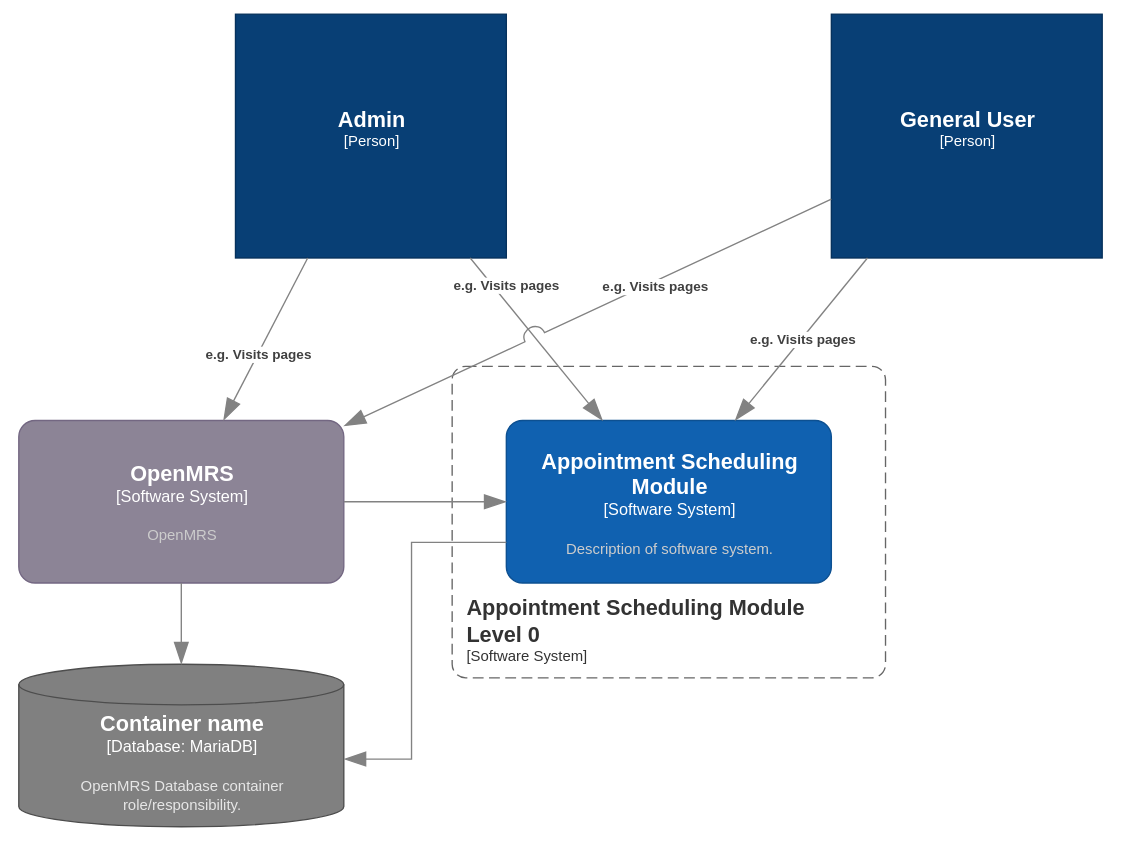
Earlier version of the draw.io export content/100 Diagrams/c4 niveau 0.svg (Avans-2-4/Documentatie-Avans-2-4). Source tidied: cells renumbered, new cells last; positions are measured from the earlier drawing's top-left corner, leaving out a move shared by most shapes.
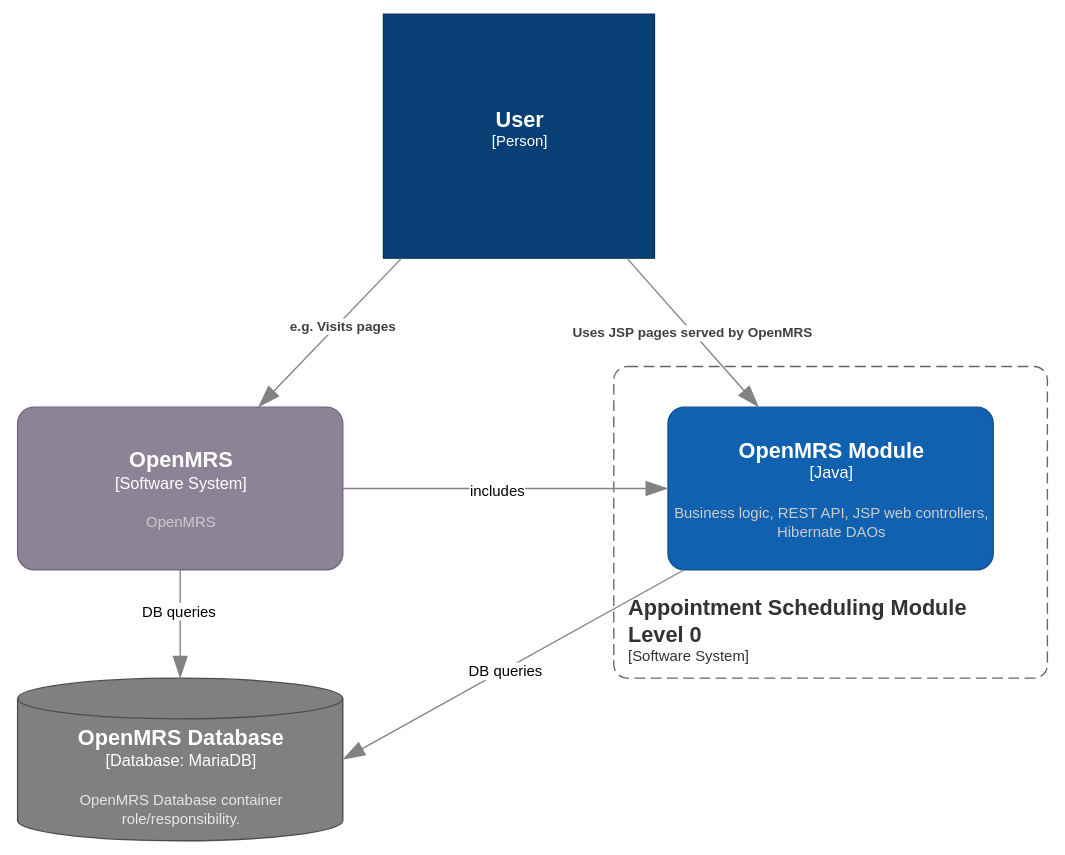
Above is the later version.

Change to the diagram source:
```diff
@@ -2,75 +2,64 @@
   <root>
     <mxCell id="0" />
     <mxCell id="1" parent="0" />
-    <object id="2" label="&lt;font style=&quot;font-size: 16px&quot;&gt;&lt;b&gt;%c4Name%&lt;/b&gt;&lt;/font&gt;&lt;div&gt;[%c4Type%]&lt;/div&gt;&lt;br&gt;&lt;div&gt;&lt;font style=&quot;font-size: 11px&quot;&gt;&lt;font color=&quot;#cccccc&quot;&gt;%c4Description%&lt;/font&gt;&lt;/div&gt;" c4Description="" c4Name="General User" c4Type="Person" placeholders="1">
-      <mxCell style="html=1;fontSize=11;dashed=0;whiteSpace=wrap;fillColor=#083F75;strokeColor=#06315C;fontColor=#ffffff;shape=mxgraph.c4.person2;align=center;points=[[0.5,0,0],[1,0.5,0],[1,0.75,0],[0.75,1,0],[0.5,1,0],[0.25,1,0],[0,0.75,0],[0,0.5,0]];" parent="1" vertex="1">
-        <mxGeometry x="600" width="200" height="180" as="geometry" />
-      </mxCell>
-    </object>
-    <object id="3" label="&lt;font style=&quot;font-size: 16px&quot;&gt;&lt;b&gt;%c4Name%&lt;/b&gt;&lt;/font&gt;&lt;div&gt;[%c4Type%]&lt;/div&gt;&lt;br&gt;&lt;div&gt;&lt;font style=&quot;font-size: 11px&quot;&gt;&lt;font color=&quot;#cccccc&quot;&gt;%c4Description%&lt;/font&gt;&lt;/div&gt;" c4Description="" c4Name="Admin" c4Type="Person" placeholders="1">
-      <mxCell style="html=1;fontSize=11;dashed=0;whiteSpace=wrap;fillColor=#083F75;strokeColor=#06315C;fontColor=#ffffff;shape=mxgraph.c4.person2;align=center;points=[[0.5,0,0],[1,0.5,0],[1,0.75,0],[0.75,1,0],[0.5,1,0],[0.25,1,0],[0,0.75,0],[0,0.5,0]];" parent="1" vertex="1">
-        <mxGeometry x="160" width="200" height="180" as="geometry" />
-      </mxCell>
-    </object>
     <object id="4" label="&lt;font style=&quot;font-size: 16px&quot;&gt;&lt;b&gt;&lt;div style=&quot;text-align: left&quot;&gt;%c4Name%&lt;/div&gt;&lt;/b&gt;&lt;/font&gt;&lt;div style=&quot;text-align: left&quot;&gt;[%c4Application%]&lt;/div&gt;" c4Application="Software System" c4Name="Appointment Scheduling Module&#10;Level 0" c4Type="SystemScopeBoundary" placeholders="1">
       <mxCell style="rounded=1;fontSize=11;whiteSpace=wrap;html=1;dashed=1;arcSize=20;fillColor=none;strokeColor=#666666;fontColor=#333333;labelBackgroundColor=none;align=left;verticalAlign=bottom;labelBorderColor=none;spacingTop=0;spacing=10;dashPattern=8 4;perimeter=rectanglePerimeter;noLabel=0;labelPadding=0;absoluteArcSize=1;" parent="1" vertex="1">
-        <mxGeometry x="320" y="260" width="320" height="230" as="geometry" />
+        <mxGeometry x="-120" y="140" width="320" height="230" as="geometry" />
       </mxCell>
     </object>
-    <object id="5" label="&lt;font style=&quot;font-size: 16px&quot;&gt;&lt;b&gt;%c4Name%&lt;/b&gt;&lt;/font&gt;&lt;div&gt;[%c4Type%]&lt;/div&gt;&lt;br&gt;&lt;div&gt;&lt;font style=&quot;font-size: 11px&quot;&gt;&lt;font color=&quot;#cccccc&quot;&gt;%c4Description%&lt;/font&gt;&lt;/div&gt;" c4Description="Description of software system." c4Name="Appointment Scheduling Module" c4Type="Software System" placeholders="1">
-      <mxCell style="rounded=1;whiteSpace=wrap;html=1;labelBackgroundColor=none;fillColor=#1061B0;fontColor=#ffffff;align=center;arcSize=10;strokeColor=#0D5091;points=[[0.25,0,0],[0.5,0,0],[0.75,0,0],[1,0.25,0],[1,0.5,0],[1,0.75,0],[0.75,1,0],[0.5,1,0],[0.25,1,0],[0,0.75,0],[0,0.5,0],[0,0.25,0]];" parent="1" vertex="1">
-        <mxGeometry x="360" y="300" width="240" height="120" as="geometry" />
-      </mxCell>
-    </object>
+    <object id="15" label="&lt;font style=&quot;font-size: 16px&quot;&gt;&lt;b&gt;%c4Name%&lt;/b&gt;&lt;/font&gt;&lt;div&gt;[%c4Type%]&lt;/div&gt;&lt;br&gt;&lt;div&gt;&lt;font style=&quot;font-size: 11px&quot;&gt;&lt;font color=&quot;#cccccc&quot;&gt;%c4Description%&lt;/font&gt;&lt;/div&gt;" c4Description="" c4Name="User" c4Type="Person" placeholders="1">
+      <mxCell style="html=1;fontSize=11;dashed=0;whiteSpace=wrap;fillColor=#083F75;strokeColor=#06315C;fontColor=#ffffff;shape=mxgraph.c4.person2;align=center;points=[[0.5,0,0],[1,0.5,0],[1,0.75,0],[0.75,1,0],[0.5,1,0],[0.25,1,0],[0,0.75,0],[0,0.5,0]];" parent="1" vertex="1">
+        <mxGeometry x="-290" y="-120" width="200" height="180" as="geometry" />
+      </mxCell>
+    </object>
     <object id="6" label="&lt;font style=&quot;font-size: 16px&quot;&gt;&lt;b&gt;%c4Name%&lt;/b&gt;&lt;/font&gt;&lt;div&gt;[%c4Type%]&lt;/div&gt;&lt;br&gt;&lt;div&gt;&lt;font style=&quot;font-size: 11px&quot;&gt;&lt;font color=&quot;#cccccc&quot;&gt;%c4Description%&lt;/font&gt;&lt;/div&gt;" c4Description="OpenMRS" c4Name="OpenMRS" c4Type="Software System" placeholders="1">
       <mxCell style="rounded=1;whiteSpace=wrap;html=1;labelBackgroundColor=none;fillColor=#8C8496;fontColor=#ffffff;align=center;arcSize=10;strokeColor=#736782;points=[[0.25,0,0],[0.5,0,0],[0.75,0,0],[1,0.25,0],[1,0.5,0],[1,0.75,0],[0.75,1,0],[0.5,1,0],[0.25,1,0],[0,0.75,0],[0,0.5,0],[0,0.25,0]];" parent="1" vertex="1">
-        <mxGeometry y="300" width="240" height="120" as="geometry" />
+        <mxGeometry x="-560" y="170" width="240" height="120" as="geometry" />
       </mxCell>
     </object>
-    <object id="7" label="&lt;font style=&quot;font-size: 16px&quot;&gt;&lt;b&gt;%c4Type%&lt;/b&gt;&lt;/font&gt;&lt;div&gt;[%c4Container%:&amp;nbsp;%c4Technology%]&lt;/div&gt;&lt;br&gt;&lt;div&gt;&lt;font style=&quot;font-size: 11px&quot;&gt;&lt;font color=&quot;#E6E6E6&quot;&gt;%c4Description%&lt;/font&gt;&lt;/div&gt;" c4Container="Database" c4Description="OpenMRS Database container role/responsibility." c4Technology="MariaDB" c4Type="Container name" placeholders="1">
+    <object id="7" label="&lt;font style=&quot;font-size: 16px&quot;&gt;&lt;b&gt;%c4Type%&lt;/b&gt;&lt;/font&gt;&lt;div&gt;[%c4Container%:&amp;nbsp;%c4Technology%]&lt;/div&gt;&lt;br&gt;&lt;div&gt;&lt;font style=&quot;font-size: 11px&quot;&gt;&lt;font color=&quot;#E6E6E6&quot;&gt;%c4Description%&lt;/font&gt;&lt;/div&gt;" c4Container="Database" c4Description="OpenMRS Database container role/responsibility." c4Technology="MariaDB" c4Type="OpenMRS Database" placeholders="1">
       <mxCell style="shape=cylinder3;size=15;whiteSpace=wrap;html=1;boundedLbl=1;rounded=0;labelBackgroundColor=none;fillColor=#808080;fontSize=12;fontColor=#ffffff;align=center;strokeColor=#4D4D4D;points=[[0.5,0,0],[1,0.25,0],[1,0.5,0],[1,0.75,0],[0.5,1,0],[0,0.75,0],[0,0.5,0],[0,0.25,0]];" parent="1" vertex="1">
-        <mxGeometry y="480" width="240" height="120" as="geometry" />
+        <mxGeometry x="-560" y="370" width="240" height="120" as="geometry" />
       </mxCell>
     </object>
+    <object id="5" label="&lt;font style=&quot;font-size: 16px&quot;&gt;&lt;b&gt;%c4Name%&lt;/b&gt;&lt;/font&gt;&lt;div&gt;[%c4Type%]&lt;/div&gt;&lt;br&gt;&lt;div&gt;&lt;font style=&quot;font-size: 11px&quot;&gt;&lt;font color=&quot;#cccccc&quot;&gt;%c4Description%&lt;/font&gt;&lt;/div&gt;" c4Description="Business logic, REST API, JSP web controllers, Hibernate DAOs" c4Name="OpenMRS Module" c4Type="Java" placeholders="1">
+      <mxCell style="rounded=1;whiteSpace=wrap;html=1;labelBackgroundColor=none;fillColor=#1061B0;fontColor=#ffffff;align=center;arcSize=10;strokeColor=#0D5091;points=[[0.25,0,0],[0.5,0,0],[0.75,0,0],[1,0.25,0],[1,0.5,0],[1,0.75,0],[0.75,1,0],[0.5,1,0],[0.25,1,0],[0,0.75,0],[0,0.5,0],[0,0.25,0]];" parent="1" vertex="1">
+        <mxGeometry x="-80" y="170" width="240" height="120" as="geometry" />
+      </mxCell>
+    </object>
     <object id="8" label="" c4Type="Relationship" placeholders="1">
-      <mxCell style="endArrow=blockThin;html=1;fontSize=10;fontColor=#404040;strokeWidth=1;endFill=1;strokeColor=#828282;elbow=vertical;endSize=14;startSize=14;jumpStyle=arc;jumpSize=16;rounded=0;edgeStyle=orthogonalEdgeStyle;" parent="1" edge="1" source="6" target="7">
+      <mxCell style="endArrow=blockThin;html=1;fontSize=10;fontColor=#404040;strokeWidth=1;endFill=1;strokeColor=#828282;elbow=vertical;endSize=14;startSize=14;jumpStyle=arc;jumpSize=16;rounded=0;edgeStyle=orthogonalEdgeStyle;startArrow=none;startFill=0;" parent="1" edge="1" source="6" target="7">
         <mxGeometry relative="1" as="geometry" />
       </mxCell>
     </object>
-    <object id="9" label="" c4Type="Relationship" placeholders="1">
-      <mxCell style="endArrow=blockThin;html=1;fontSize=10;fontColor=#404040;strokeWidth=1;endFill=1;strokeColor=#828282;elbow=vertical;endSize=14;startSize=14;jumpStyle=arc;jumpSize=16;rounded=0;edgeStyle=orthogonalEdgeStyle;" parent="1" edge="1" source="5" target="7">
-        <mxGeometry relative="1" as="geometry">
-          <Array as="points">
-            <mxPoint x="290" y="390" />
-            <mxPoint x="290" y="550" />
-          </Array>
-        </mxGeometry>
-      </mxCell>
-    </object>
-    <object id="10" label="" c4Type="Relationship" placeholders="1">
-      <mxCell style="endArrow=blockThin;html=1;fontSize=10;fontColor=#404040;strokeWidth=1;endFill=1;strokeColor=#828282;elbow=vertical;endSize=14;startSize=14;jumpStyle=arc;jumpSize=16;rounded=0;edgeStyle=orthogonalEdgeStyle;" parent="1" edge="1" source="6" target="5">
-        <mxGeometry relative="1" as="geometry" />
-      </mxCell>
-    </object>
-    <object id="11" label="&lt;div style=&quot;text-align: left&quot;&gt;&lt;div style=&quot;text-align: center&quot;&gt;&lt;b&gt;%c4Description%&lt;/b&gt;&lt;/div&gt;" c4Description="e.g. Visits pages" c4Type="Relationship" placeholders="1">
-      <mxCell style="endArrow=blockThin;html=1;fontSize=10;fontColor=#404040;strokeWidth=1;endFill=1;strokeColor=#828282;elbow=vertical;endSize=14;startSize=14;jumpStyle=arc;jumpSize=16;rounded=0;" parent="1" edge="1" source="3" target="6">
-        <mxGeometry x="0.17" relative="1" as="geometry" />
-      </mxCell>
-    </object>
-    <object id="12" label="&lt;div style=&quot;text-align: left&quot;&gt;&lt;div style=&quot;text-align: center&quot;&gt;&lt;b&gt;%c4Description%&lt;/b&gt;&lt;/div&gt;" c4Description="e.g. Visits pages" c4Type="Relationship" placeholders="1">
-      <mxCell style="endArrow=blockThin;html=1;fontSize=10;fontColor=#404040;strokeWidth=1;endFill=1;strokeColor=#828282;elbow=vertical;endSize=14;startSize=14;jumpStyle=arc;jumpSize=16;rounded=0;" parent="1" edge="1" source="3" target="5">
-        <mxGeometry x="-0.58" y="8" relative="1" as="geometry" />
-      </mxCell>
-    </object>
-    <object id="13" label="&lt;div style=&quot;text-align: left&quot;&gt;&lt;div style=&quot;text-align: center&quot;&gt;&lt;b&gt;%c4Description%&lt;/b&gt;&lt;/div&gt;" c4Description="e.g. Visits pages" c4Type="Relationship" placeholders="1">
-      <mxCell style="endArrow=blockThin;html=1;fontSize=10;fontColor=#404040;strokeWidth=1;endFill=1;strokeColor=#828282;elbow=vertical;endSize=14;startSize=14;jumpStyle=arc;jumpSize=16;rounded=0;" parent="1" edge="1" source="2" target="5">
-        <mxGeometry relative="1" as="geometry" />
-      </mxCell>
-    </object>
-    <object id="14" label="&lt;div style=&quot;text-align: left&quot;&gt;&lt;div style=&quot;text-align: center&quot;&gt;&lt;b&gt;%c4Description%&lt;/b&gt;&lt;/div&gt;" c4Description="e.g. Visits pages" c4Type="Relationship" placeholders="1">
-      <mxCell style="endArrow=blockThin;html=1;fontSize=10;fontColor=#404040;strokeWidth=1;endFill=1;strokeColor=#828282;elbow=vertical;endSize=14;startSize=14;jumpStyle=arc;jumpSize=16;rounded=0;" parent="1" edge="1" source="2" target="6">
-        <mxGeometry x="-0.27" y="3" relative="1" as="geometry" />
-      </mxCell>
-    </object>
+    <mxCell id="16" value="DB queries" style="edgeLabel;html=1;align=center;verticalAlign=middle;" parent="8" vertex="1">
+      <mxGeometry x="-0.25" y="-2" relative="1" as="geometry" />
+    </mxCell>
+    <object id="17" label="&lt;div style=&quot;text-align: left&quot;&gt;&lt;div style=&quot;text-align: center&quot;&gt;&lt;b&gt;%c4Description%&lt;/b&gt;&lt;/div&gt;" c4Description="e.g. Visits pages" c4Type="Relationship" placeholders="1">
+      <mxCell style="endArrow=blockThin;html=1;fontSize=10;fontColor=#404040;strokeWidth=1;endFill=1;strokeColor=#828282;elbow=vertical;endSize=14;startSize=14;jumpStyle=arc;jumpSize=16;rounded=0;" parent="1" edge="1" source="15" target="6">
+        <mxGeometry x="-0.13" y="3" relative="1" as="geometry" />
+      </mxCell>
+    </object>
+    <object id="18" label="&lt;div style=&quot;text-align: left&quot;&gt;&lt;div style=&quot;text-align: center&quot;&gt;&lt;b&gt;%c4Description%&lt;/b&gt;&lt;/div&gt;" c4Description="Uses JSP pages served by OpenMRS" c4Type="Relationship" placeholders="1">
+      <mxCell style="endArrow=blockThin;html=1;fontSize=10;fontColor=#404040;strokeWidth=1;endFill=1;strokeColor=#828282;elbow=vertical;endSize=14;startSize=14;jumpStyle=arc;jumpSize=16;rounded=0;" parent="1" edge="1" source="15" target="5">
+        <mxGeometry relative="1" as="geometry" />
+      </mxCell>
+    </object>
+    <object id="19" label="" c4Type="Relationship" placeholders="1">
+      <mxCell style="endArrow=none;html=1;fontSize=10;fontColor=#404040;strokeWidth=1;endFill=0;strokeColor=#828282;elbow=vertical;endSize=14;startSize=14;jumpStyle=arc;jumpSize=16;rounded=0;startArrow=blockThin;startFill=1;" parent="1" edge="1" source="5" target="6">
+        <mxGeometry relative="1" as="geometry" />
+      </mxCell>
+    </object>
+    <mxCell id="20" value="includes" style="edgeLabel;html=1;align=center;verticalAlign=middle;" parent="19" vertex="1">
+      <mxGeometry x="0.06" y="1" relative="1" as="geometry" />
+    </mxCell>
+    <object id="21" label="" c4Type="Relationship" placeholders="1">
+      <mxCell style="endArrow=none;html=1;fontSize=10;fontColor=#404040;strokeWidth=1;endFill=0;strokeColor=#828282;elbow=vertical;endSize=14;startSize=14;jumpStyle=arc;jumpSize=16;rounded=0;exitX=1;exitY=0.5;exitDx=0;exitDy=0;exitPerimeter=0;startArrow=blockThin;startFill=1;" parent="1" edge="1" source="7" target="5">
+        <mxGeometry relative="1" as="geometry" />
+      </mxCell>
+    </object>
+    <mxCell id="22" value="DB queries" style="edgeLabel;html=1;align=center;verticalAlign=middle;" parent="21" vertex="1">
+      <mxGeometry x="-0.06" relative="1" as="geometry" />
+    </mxCell>
   </root>
 </mxGraphModel>
```
